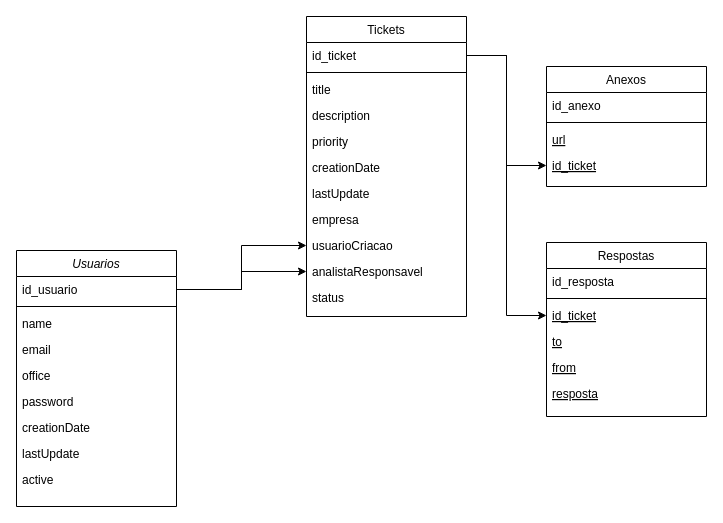
Above: Documentacao/Untitled Diagram.drawio in yurimarcon/suporte-0 (draw.io), before the change. Source tidied: cells renumbered, new cells numbered last; positions are measured from the earlier drawing's top-left corner, leaving out a move shared by most shapes. Both pictures are drawn from the tidied source at 100%, with x=0, y=0 at pixel (16, 16).
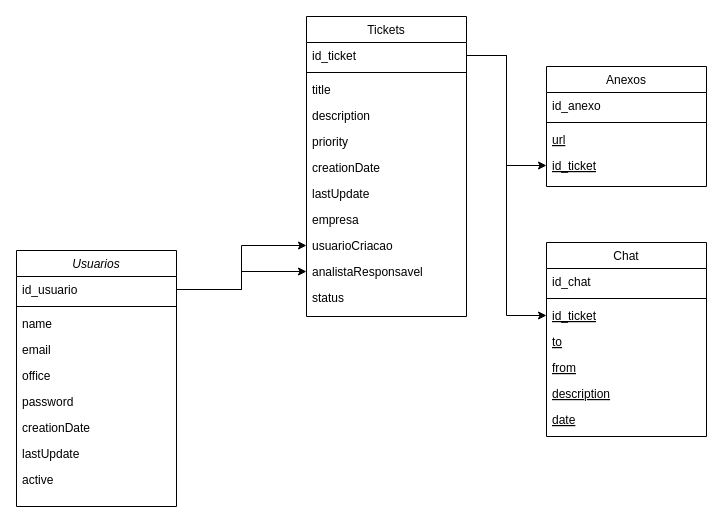
After the change.

What changed in the source:
```diff
@@
-    <mxCell id="31" value="Respostas" style="swimlane;fontStyle=0;align=center;verticalAlign=top;horizontal=1;startSize=26;rounded=0;shadow=0;strokeWidth=1;" parent="1" vertex="1">
-      <mxGeometry x="530" y="226" width="160" height="174" as="geometry" />
+    <mxCell id="31" value="Chat" style="swimlane;fontStyle=0;align=center;verticalAlign=top;horizontal=1;startSize=26;rounded=0;shadow=0;strokeWidth=1;" parent="1" vertex="1">
+      <mxGeometry x="530" y="226" width="160" height="194" as="geometry" />
     </mxCell>
-    <mxCell id="32" value="id_resposta" style="text;align=left;verticalAlign=top;spacingLeft=4;spacingRight=4;overflow=hidden;" parent="31" vertex="1">
+    <mxCell id="32" value="id_chat" style="text;align=left;verticalAlign=top;spacingLeft=4;spacingRight=4;overflow=hidden;" parent="31" vertex="1">
       <mxGeometry y="26" width="160" height="26" as="geometry" />
     </mxCell>
@@
-    <mxCell id="37" value="resposta" style="text;align=left;verticalAlign=top;spacingLeft=4;spacingRight=4;overflow=hidden;fontStyle=4;" parent="31" vertex="1">
+    <mxCell id="37" value="description" style="text;align=left;verticalAlign=top;spacingLeft=4;spacingRight=4;overflow=hidden;fontStyle=4;" parent="31" vertex="1">
       <mxGeometry y="138" width="160" height="26" as="geometry" />
     </mxCell>
+    <mxCell id="40" value="date" style="text;align=left;verticalAlign=top;spacingLeft=4;spacingRight=4;overflow=hidden;fontStyle=4;" parent="31" vertex="1">
+      <mxGeometry y="164" width="160" height="26" as="geometry" />
+    </mxCell>
```
